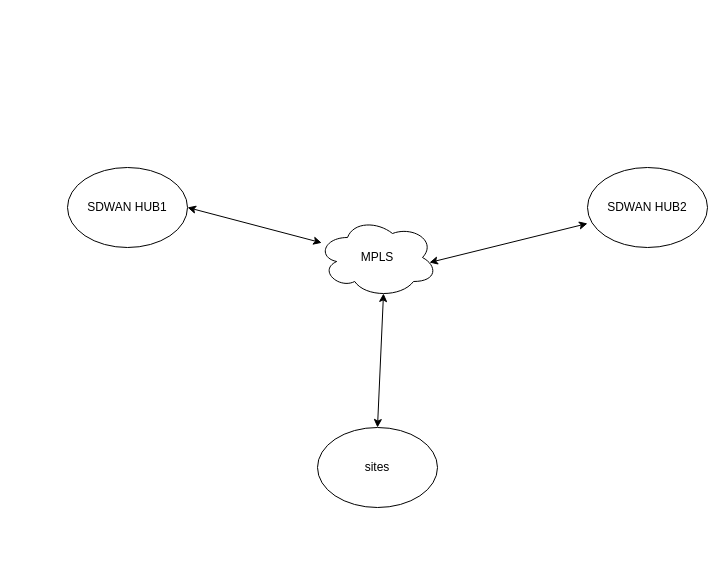
The draw.io diagram Untitled Diagram1.drawio in amuRico/follow, before the edit. Source tidied: cells renumbered, new cells numbered last; positions are measured from the earlier drawing's top-left corner, leaving out a move shared by most shapes. Both pictures are drawn from the tidied source at 100%, with x=0, y=0 at pixel (67, 167).
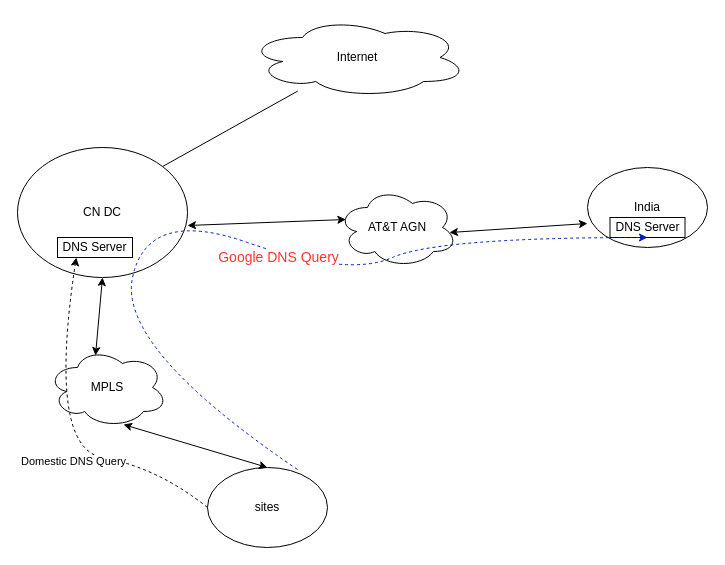
The same page after the edit.

The edit, as a diff of the source:
```diff
@@
-    <mxCell id="2" value="SDWAN HUB1" style="ellipse;whiteSpace=wrap;html=1;" parent="1" vertex="1">
-      <mxGeometry width="120" height="80" as="geometry" />
+    <mxCell id="2" value="CN DC" style="ellipse;whiteSpace=wrap;html=1;" parent="1" vertex="1">
+      <mxGeometry x="-50" y="-20" width="170" height="130" as="geometry" />
     </mxCell>
-    <mxCell id="3" value="SDWAN HUB2" style="ellipse;whiteSpace=wrap;html=1;" parent="1" vertex="1">
+    <mxCell id="3" value="India" style="ellipse;whiteSpace=wrap;html=1;" parent="1" vertex="1">
       <mxGeometry x="520" width="120" height="80" as="geometry" />
     </mxCell>
     <mxCell id="4" value="sites" style="ellipse;whiteSpace=wrap;html=1;" parent="1" vertex="1">
-      <mxGeometry x="250" y="260" width="120" height="80" as="geometry" />
+      <mxGeometry x="140" y="300" width="120" height="80" as="geometry" />
     </mxCell>
-    <mxCell id="5" value="MPLS" style="ellipse;shape=cloud;whiteSpace=wrap;html=1;" parent="1" vertex="1">
-      <mxGeometry x="250" y="50" width="120" height="80" as="geometry" />
+    <mxCell id="5" value="AT&amp;amp;T AGN" style="ellipse;shape=cloud;whiteSpace=wrap;html=1;" parent="1" vertex="1">
+      <mxGeometry x="270" y="20" width="120" height="80" as="geometry" />
     </mxCell>
-    <mxCell id="6" style="endArrow=classic;startArrow=classic;html=1;rounded=0;exitX=1;exitY=0.5;exitDx=0;exitDy=0;" parent="1" edge="1" source="2" target="5">
+    <mxCell id="6" style="endArrow=classic;startArrow=classic;html=1;rounded=0;exitX=0.5;exitY=1;exitDx=0;exitDy=0;entryX=0.4;entryY=0.1;entryDx=0;entryDy=0;entryPerimeter=0;" parent="1" edge="1" source="2" target="12">
       <mxGeometry relative="1" as="geometry" />
     </mxCell>
@@
-    <mxCell id="8" style="endArrow=classic;startArrow=classic;html=1;rounded=0;entryX=0.55;entryY=0.95;entryDx=0;entryDy=0;entryPerimeter=0;exitX=0.5;exitY=0;exitDx=0;exitDy=0;" parent="1" edge="1" source="4" target="5">
+    <mxCell id="8" style="endArrow=classic;startArrow=classic;html=1;rounded=0;exitX=0.5;exitY=0;exitDx=0;exitDy=0;entryX=0.633;entryY=0.963;entryDx=0;entryDy=0;entryPerimeter=0;" parent="1" edge="1" source="4" target="12">
       <mxGeometry relative="1" as="geometry" />
     </mxCell>
+    <mxCell id="9" value="DNS Server" style="rounded=0;whiteSpace=wrap;html=1;" parent="1" vertex="1">
+      <mxGeometry x="-10" y="70" width="75" height="20" as="geometry" />
+    </mxCell>
+    <mxCell id="10" style="endArrow=none;html=1;rounded=0;exitX=1;exitY=0;exitDx=0;exitDy=0;" parent="1" edge="1" source="2" target="11">
+      <mxGeometry relative="1" as="geometry" />
+    </mxCell>
+    <mxCell id="11" value="Internet" style="ellipse;shape=cloud;whiteSpace=wrap;html=1;" parent="1" vertex="1">
+      <mxGeometry x="180" y="-150" width="220" height="80" as="geometry" />
+    </mxCell>
+    <mxCell id="12" value="MPLS" style="ellipse;shape=cloud;whiteSpace=wrap;html=1;" parent="1" vertex="1">
+      <mxGeometry x="-20" y="180" width="120" height="80" as="geometry" />
+    </mxCell>
+    <mxCell id="13" style="curved=1;endArrow=classic;html=1;rounded=0;entryX=0.25;entryY=1;entryDx=0;entryDy=0;exitX=0;exitY=0.5;exitDx=0;exitDy=0;dashed=1;" parent="1" edge="1" source="4" target="9">
+      <mxGeometry relative="1" as="geometry">
+        <Array as="points">
+          <mxPoint x="90" y="300" />
+          <mxPoint x="-20" y="280" />
+        </Array>
+      </mxGeometry>
+    </mxCell>
+    <mxCell id="14" value="Domestic DNS Query" style="edgeLabel;html=1;align=center;verticalAlign=middle;" parent="13" vertex="1">
+      <mxGeometry x="-0.35" y="-5" relative="1" as="geometry">
+        <mxPoint x="-30" y="8" as="offset" />
+      </mxGeometry>
+    </mxCell>
+    <mxCell id="15" style="endArrow=classic;startArrow=classic;html=1;rounded=0;entryX=0.07;entryY=0.4;entryDx=0;entryDy=0;entryPerimeter=0;exitX=1;exitY=0.6;exitDx=0;exitDy=0;exitPerimeter=0;" parent="1" edge="1" source="2" target="5">
+      <mxGeometry relative="1" as="geometry" />
+    </mxCell>
+    <mxCell id="16" value="DNS Server" style="rounded=0;whiteSpace=wrap;html=1;" parent="1" vertex="1">
+      <mxGeometry x="542.5" y="50" width="75" height="20" as="geometry" />
+    </mxCell>
+    <mxCell id="17" style="curved=1;endArrow=classic;html=1;rounded=0;exitX=0.75;exitY=0.025;exitDx=0;exitDy=0;exitPerimeter=0;entryX=0.5;entryY=1;entryDx=0;entryDy=0;fillColor=#0050ef;strokeColor=#001DBC;dashed=1;" parent="1" edge="1" source="4" target="16">
+      <mxGeometry relative="1" as="geometry">
+        <Array as="points">
+          <mxPoint x="50" y="180" />
+          <mxPoint x="80" y="40" />
+          <mxPoint x="280" y="110" />
+          <mxPoint x="370" y="70" />
+        </Array>
+      </mxGeometry>
+    </mxCell>
+    <mxCell id="18" value="&lt;font color=&quot;#FF3333&quot;&gt;Google DNS Query&lt;/font&gt;" style="edgeLabel;html=1;align=center;verticalAlign=middle;fontSize=14;fontColor=#FFB570;" parent="17" vertex="1">
+      <mxGeometry x="0.28" y="10" relative="1" as="geometry">
+        <mxPoint x="-65" y="-8" as="offset" />
+      </mxGeometry>
+    </mxCell>
```
